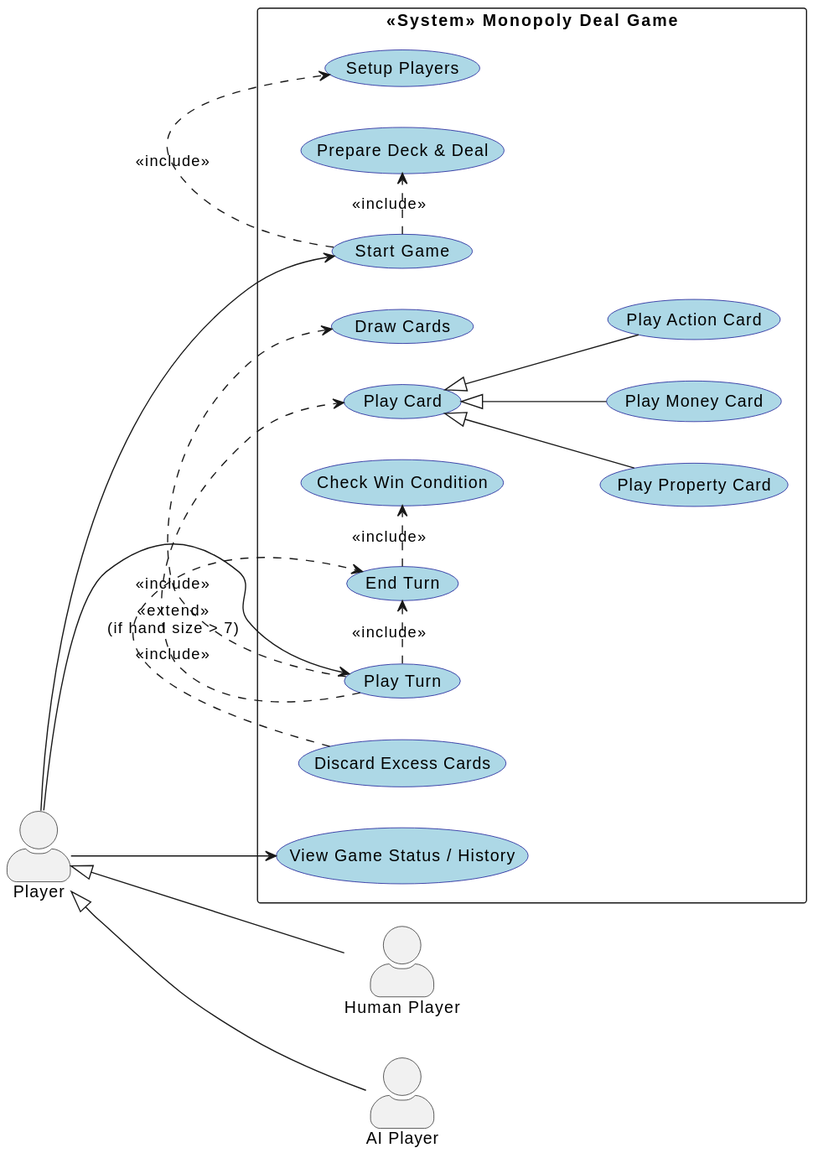
SMGalt/Group3-UML-Diagrams keeps this PlantUML diagram as Fig1_UseCase_GlobalGameFlow.svg. Above is the earlier version. The source it was exported from:
```plantuml
@startuml
left to right direction
skinparam shadowing false
skinparam actorStyle awesome
skinparam usecase {
  BackgroundColor LightBlue
  BorderColor DarkBlue
}

actor "Player" as Player
actor "Human Player" as Human
actor "AI Player" as AI

Human -up-|> Player
AI -up-|> Player

rectangle "<<System>> Monopoly Deal Game" {

  usecase "Start Game" as Start
  usecase "Play Turn" as Turn
  usecase "View Game Status / History" as ViewStatus

  usecase "Setup Players" as Setup
  usecase "Prepare Deck & Deal" as Deck

  usecase "Draw Cards" as Draw
  usecase "Play Card" as PlayCard
  usecase "End Turn" as EndTurn

  usecase "Discard Excess Cards" as Discard
  usecase "Check Win Condition" as CheckWin

  usecase "Play Property Card" as PlayProp
  usecase "Play Money Card" as PlayMoney
  usecase "Play Action Card" as PlayAct
}

Player --> Start
Player --> Turn
Player --> ViewStatus

Start .> Setup : <<include>>
Start .> Deck : <<include>>

Turn .> Draw : <<include>>
Turn .> PlayCard : <<include>>
Turn .> EndTurn : <<include>>

PlayProp -up-|> PlayCard
PlayMoney -up-|> PlayCard
PlayAct -up-|> PlayCard

EndTurn .> CheckWin : <<include>>
Discard .> EndTurn : <<extend>>\n(if hand size > 7)
@enduml
```
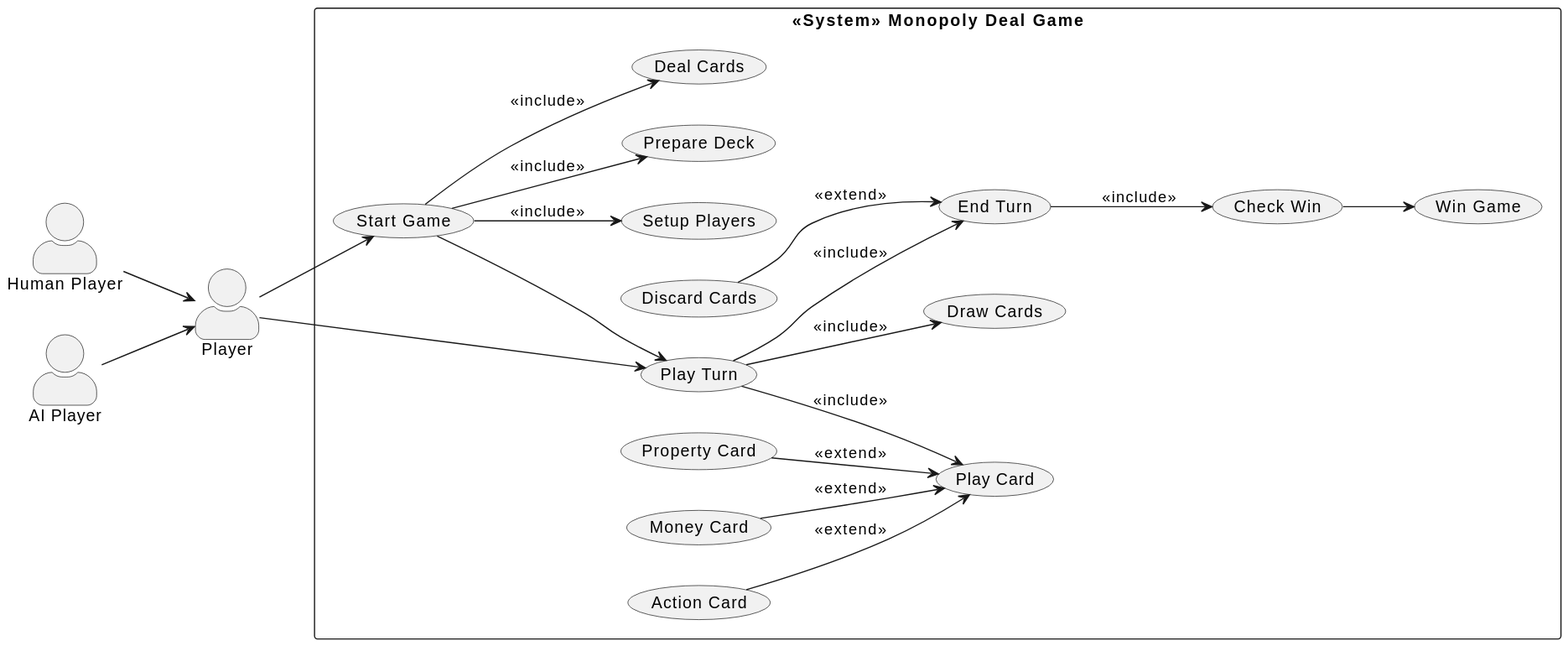
After the commit.

Change to the diagram source:
```diff
@@ -2,54 +2,53 @@
 left to right direction
 skinparam shadowing false
 skinparam actorStyle awesome
-skinparam usecase {
-  BackgroundColor LightBlue
-  BorderColor DarkBlue
-}
 
 actor "Player" as Player
 actor "Human Player" as Human
 actor "AI Player" as AI
 
-Human -up-|> Player
-AI -up-|> Player
+Human --> Player
+AI --> Player
 
 rectangle "<<System>> Monopoly Deal Game" {
 
   usecase "Start Game" as Start
   usecase "Play Turn" as Turn
-  usecase "View Game Status / History" as ViewStatus
+  usecase "End Turn" as EndTurn
+  usecase "Check Win" as CheckWin
+  usecase "Win Game" as Win
 
   usecase "Setup Players" as Setup
-  usecase "Prepare Deck & Deal" as Deck
+  usecase "Prepare Deck" as Deck
+  usecase "Deal Cards" as Deal
 
   usecase "Draw Cards" as Draw
   usecase "Play Card" as PlayCard
-  usecase "End Turn" as EndTurn
+  usecase "Discard Cards" as Discard
 
-  usecase "Discard Excess Cards" as Discard
-  usecase "Check Win Condition" as CheckWin
-
-  usecase "Play Property Card" as PlayProp
-  usecase "Play Money Card" as PlayMoney
-  usecase "Play Action Card" as PlayAct
+  usecase "Property Card" as Property
+  usecase "Money Card" as Money
+  usecase "Action Card" as Action
 }
 
 Player --> Start
 Player --> Turn
-Player --> ViewStatus
 
-Start .> Setup : <<include>>
-Start .> Deck : <<include>>
+Start --> Turn
+CheckWin --> Win
 
-Turn .> Draw : <<include>>
-Turn .> PlayCard : <<include>>
-Turn .> EndTurn : <<include>>
+Start --> Setup : <<include>>
+Start --> Deck : <<include>>
+Start --> Deal : <<include>>
 
-PlayProp -up-|> PlayCard
-PlayMoney -up-|> PlayCard
-PlayAct -up-|> PlayCard
+Turn --> Draw : <<include>>
+Turn --> PlayCard : <<include>>
+Turn --> EndTurn : <<include>>
 
-EndTurn .> CheckWin : <<include>>
-Discard .> EndTurn : <<extend>>\n(if hand size > 7)
+Property --> PlayCard : <<extend>>
+Money --> PlayCard : <<extend>>
+Action --> PlayCard : <<extend>>
+
+Discard --> EndTurn : <<extend>>
+EndTurn --> CheckWin : <<include>>
 @enduml
```
